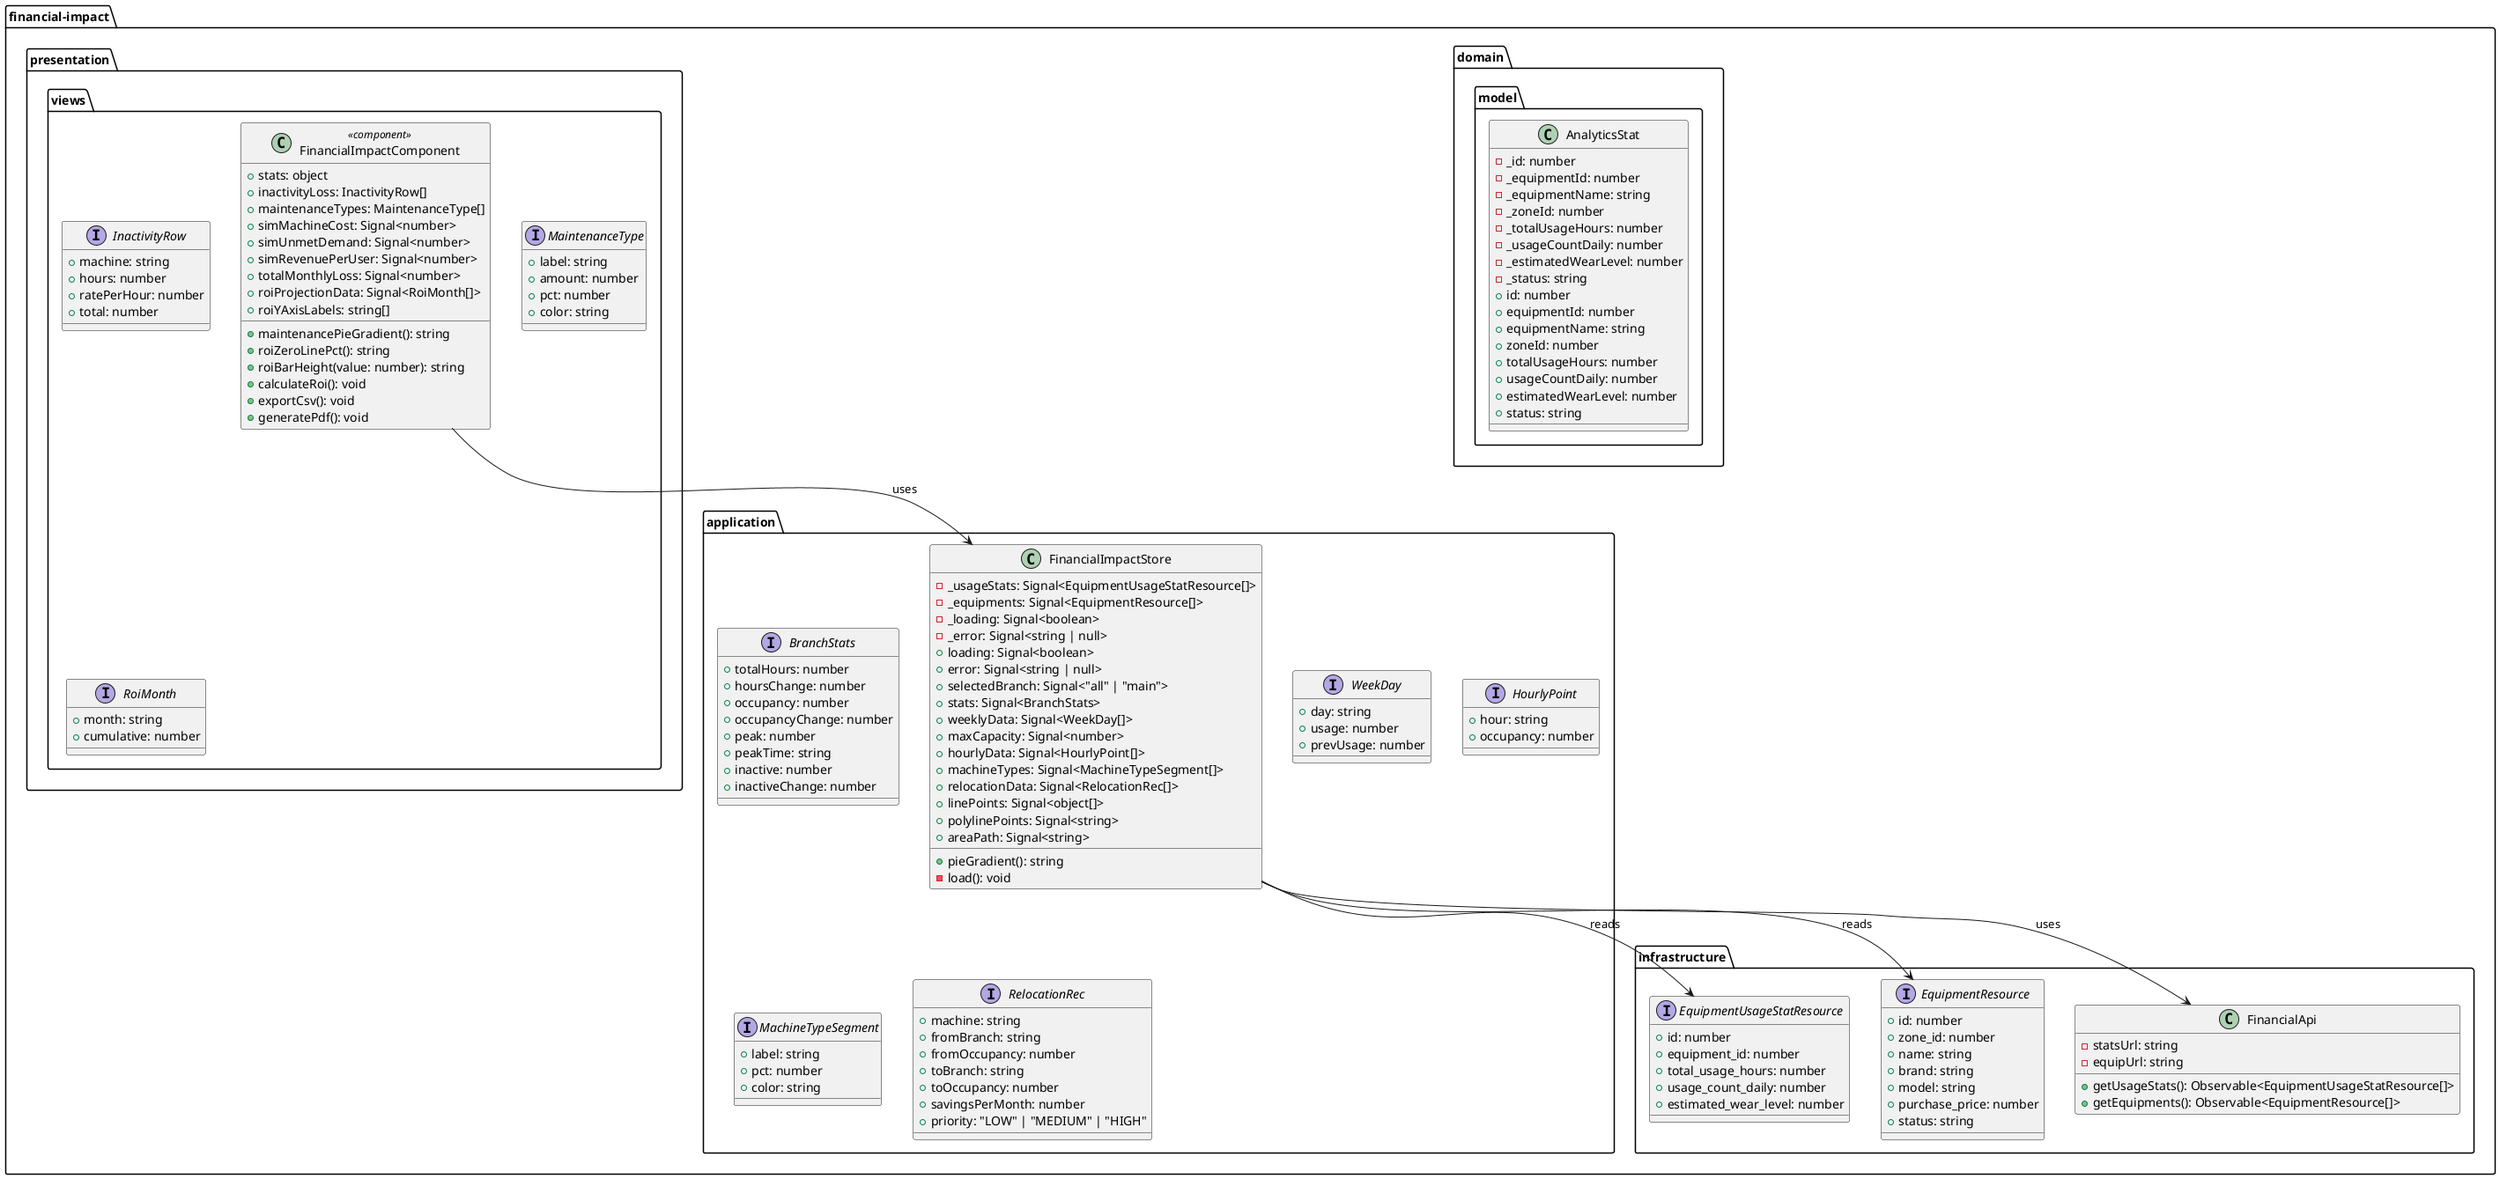
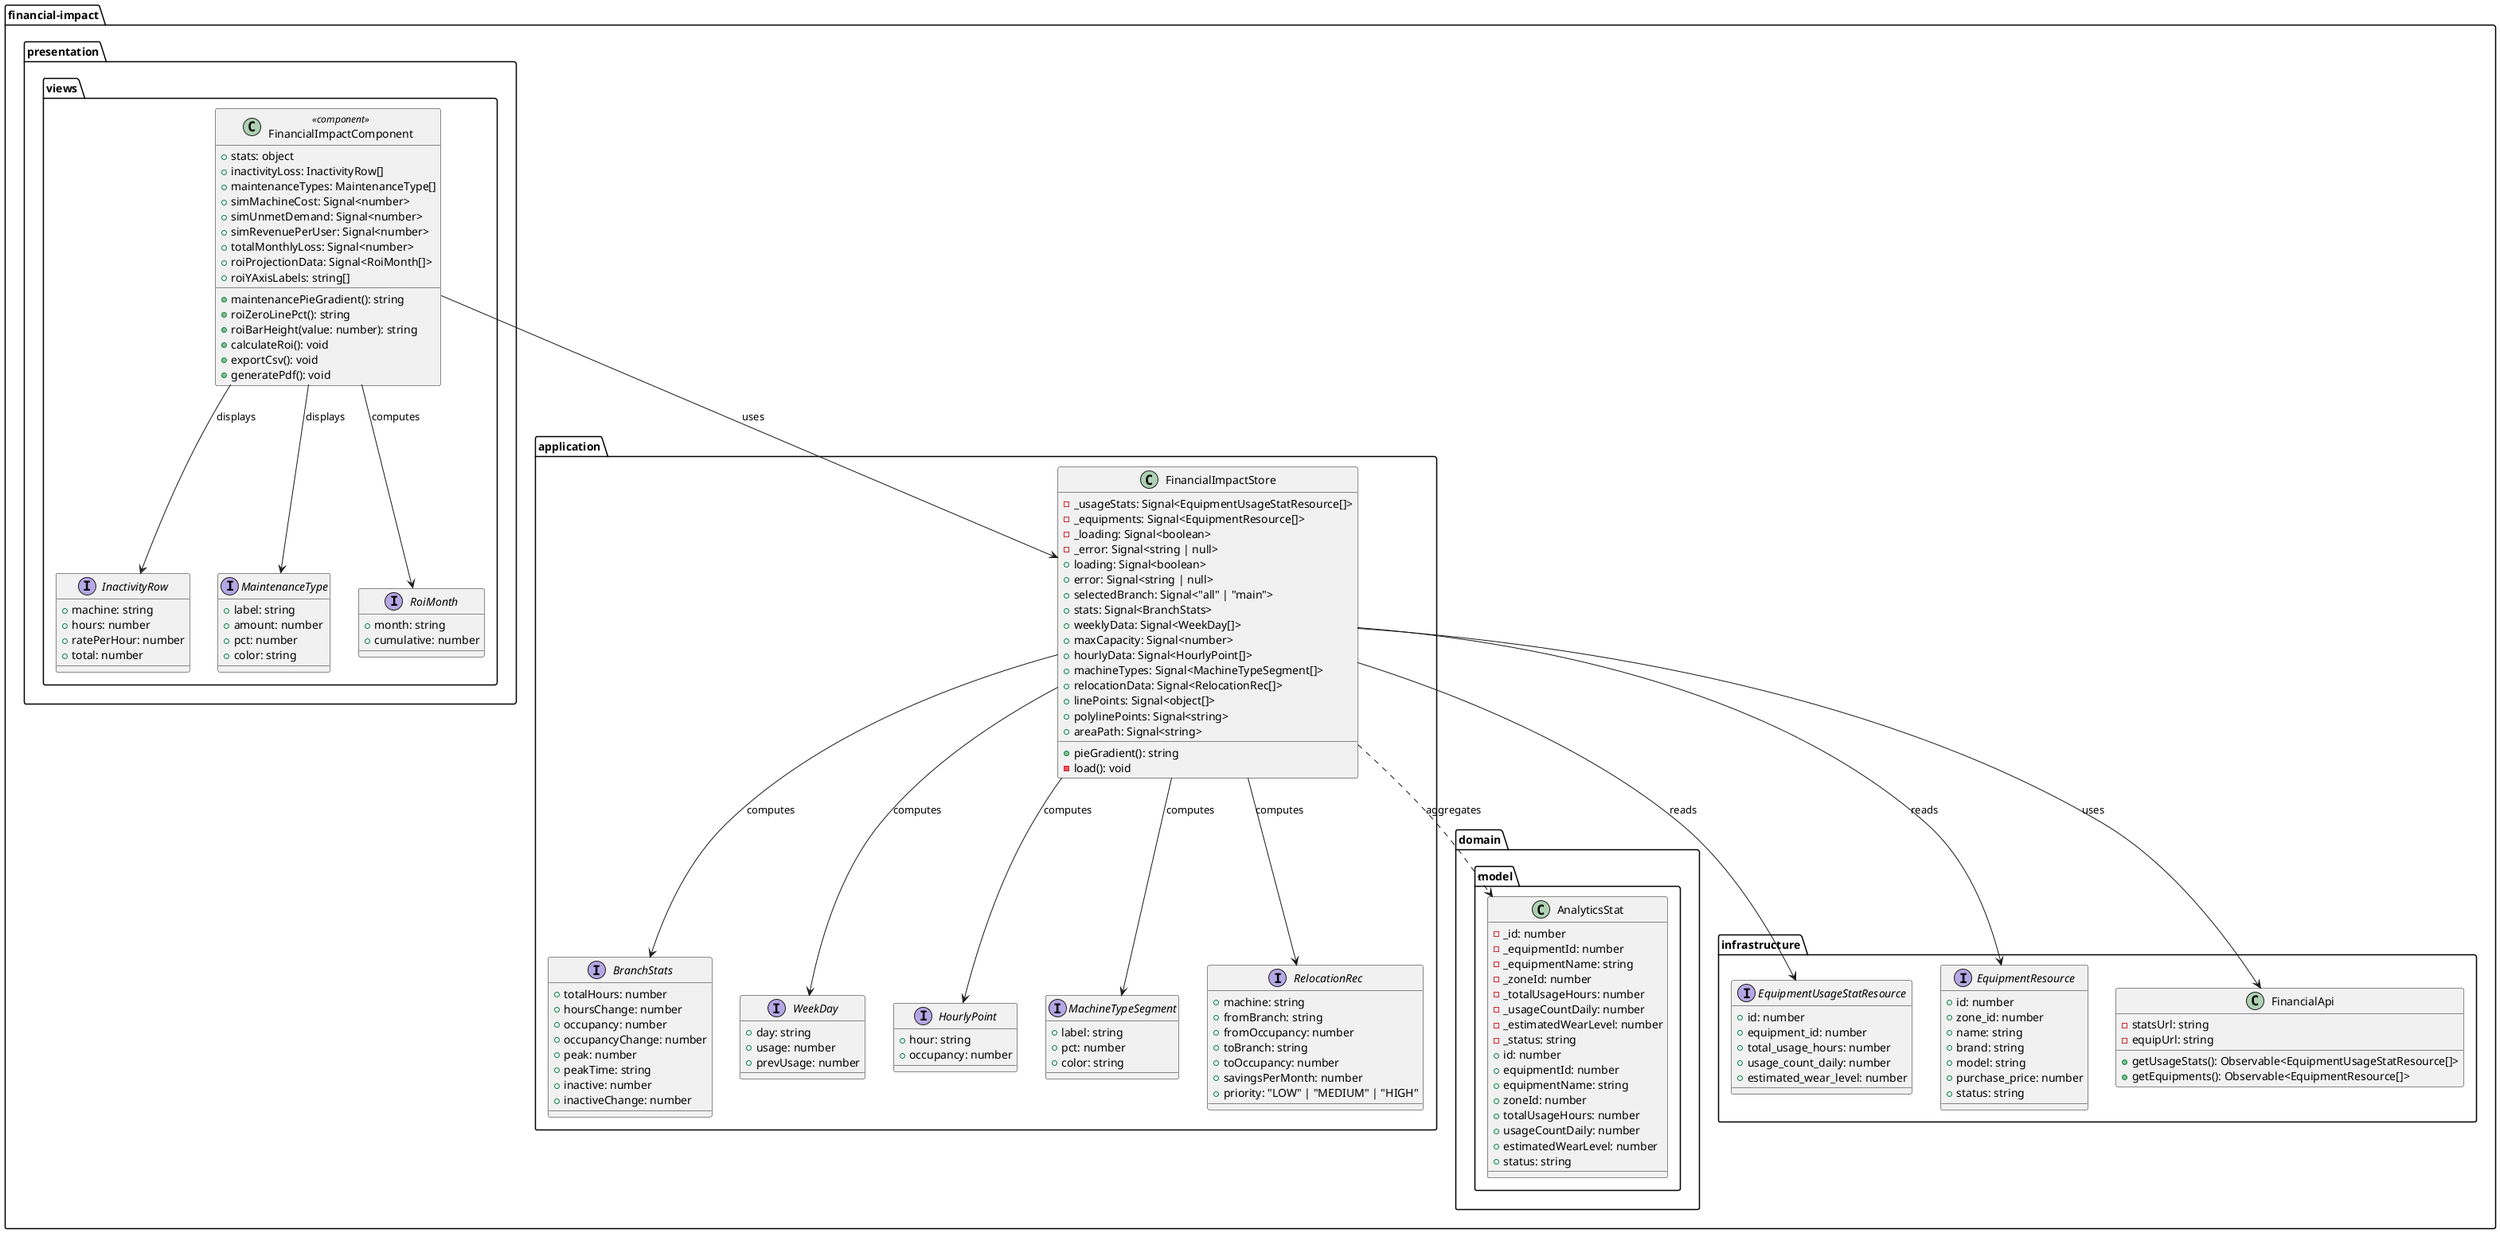
@startuml BC-10_FinancialImpact

package "financial-impact.domain.model" {
  class AnalyticsStat {
    - _id: number
    - _equipmentId: number
    - _equipmentName: string
    - _zoneId: number
    - _totalUsageHours: number
    - _usageCountDaily: number
    - _estimatedWearLevel: number
    - _status: string
    + id: number
    + equipmentId: number
    + equipmentName: string
    + zoneId: number
    + totalUsageHours: number
    + usageCountDaily: number
    + estimatedWearLevel: number
    + status: string
  }
}

package "financial-impact.application" {
  interface BranchStats {
    + totalHours: number
    + hoursChange: number
    + occupancy: number
    + occupancyChange: number
    + peak: number
    + peakTime: string
    + inactive: number
    + inactiveChange: number
  }

  interface WeekDay {
    + day: string
    + usage: number
    + prevUsage: number
  }

  interface HourlyPoint {
    + hour: string
    + occupancy: number
  }

  interface MachineTypeSegment {
    + label: string
    + pct: number
    + color: string
  }

  interface RelocationRec {
    + machine: string
    + fromBranch: string
    + fromOccupancy: number
    + toBranch: string
    + toOccupancy: number
    + savingsPerMonth: number
    + priority: "LOW" | "MEDIUM" | "HIGH"
  }

  class FinancialImpactStore {
    - _usageStats: Signal<EquipmentUsageStatResource[]>
    - _equipments: Signal<EquipmentResource[]>
    - _loading: Signal<boolean>
    - _error: Signal<string | null>
    + loading: Signal<boolean>
    + error: Signal<string | null>
    + selectedBranch: Signal<"all" | "main">
    + stats: Signal<BranchStats>
    + weeklyData: Signal<WeekDay[]>
    + maxCapacity: Signal<number>
    + hourlyData: Signal<HourlyPoint[]>
    + machineTypes: Signal<MachineTypeSegment[]>
    + relocationData: Signal<RelocationRec[]>
    + linePoints: Signal<object[]>
    + polylinePoints: Signal<string>
    + areaPath: Signal<string>
    + pieGradient(): string
    - load(): void
  }
}

package "financial-impact.infrastructure" {
  interface EquipmentUsageStatResource {
    + id: number
    + equipment_id: number
    + total_usage_hours: number
    + usage_count_daily: number
    + estimated_wear_level: number
  }

  interface EquipmentResource {
    + id: number
    + zone_id: number
    + name: string
    + brand: string
    + model: string
    + purchase_price: number
    + status: string
  }

  class FinancialApi {
    - statsUrl: string
    - equipUrl: string
    + getUsageStats(): Observable<EquipmentUsageStatResource[]>
    + getEquipments(): Observable<EquipmentResource[]>
  }
}

package "financial-impact.presentation.views" {
  interface InactivityRow {
    + machine: string
    + hours: number
    + ratePerHour: number
    + total: number
  }

  interface MaintenanceType {
    + label: string
    + amount: number
    + pct: number
    + color: string
  }

  interface RoiMonth {
    + month: string
    + cumulative: number
  }

  class FinancialImpactComponent <<component>> {
    + stats: object
    + inactivityLoss: InactivityRow[]
    + maintenanceTypes: MaintenanceType[]
    + simMachineCost: Signal<number>
    + simUnmetDemand: Signal<number>
    + simRevenuePerUser: Signal<number>
    + totalMonthlyLoss: Signal<number>
    + roiProjectionData: Signal<RoiMonth[]>
    + roiYAxisLabels: string[]
    + maintenancePieGradient(): string
    + roiZeroLinePct(): string
    + roiBarHeight(value: number): string
    + calculateRoi(): void
    + exportCsv(): void
    + generatePdf(): void
  }
}

FinancialImpactStore --> FinancialApi : uses
FinancialImpactStore --> EquipmentUsageStatResource : reads
FinancialImpactStore --> EquipmentResource : reads
+ FinancialImpactStore ..> AnalyticsStat : aggregates
+ FinancialImpactStore --> BranchStats : computes
+ FinancialImpactStore --> WeekDay : computes
+ FinancialImpactStore --> HourlyPoint : computes
+ FinancialImpactStore --> MachineTypeSegment : computes
+ FinancialImpactStore --> RelocationRec : computes
FinancialImpactComponent --> FinancialImpactStore : uses
+ FinancialImpactComponent --> InactivityRow : displays
+ FinancialImpactComponent --> MaintenanceType : displays
+ FinancialImpactComponent --> RoiMonth : computes

@enduml
